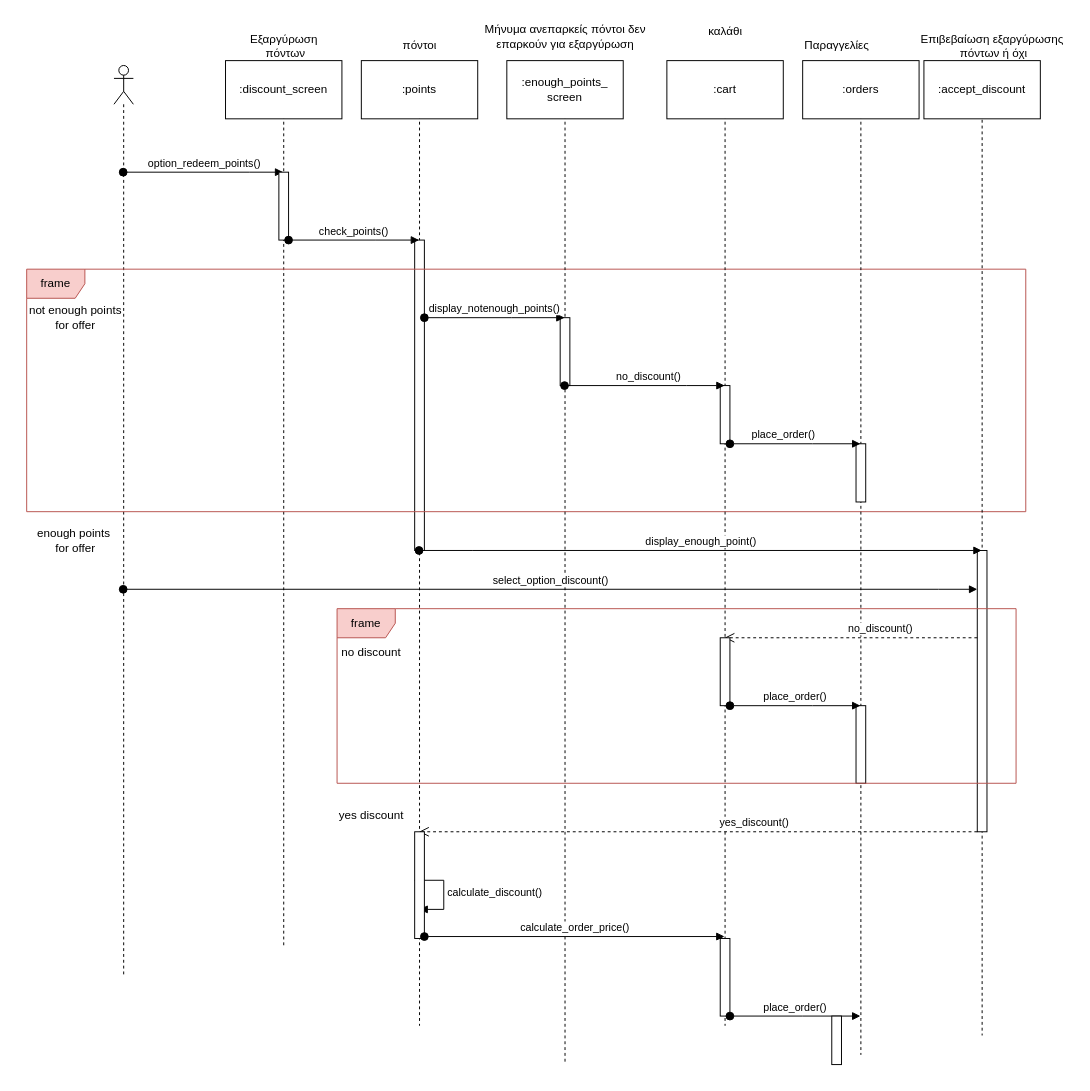
Galenus-Pharmacy/GalenusPharmacies keeps this draw.io diagram as Παραδοτέο_4/sequence/sequence_7.drawio. Above is the earlier version. Source tidied: cells renumbered, new cells numbered last; positions are measured from the earlier drawing's top-left corner, leaving out a move shared by most shapes. Both pictures are drawn from the tidied source at 97%, with x=0, y=0 at pixel (16, 16).
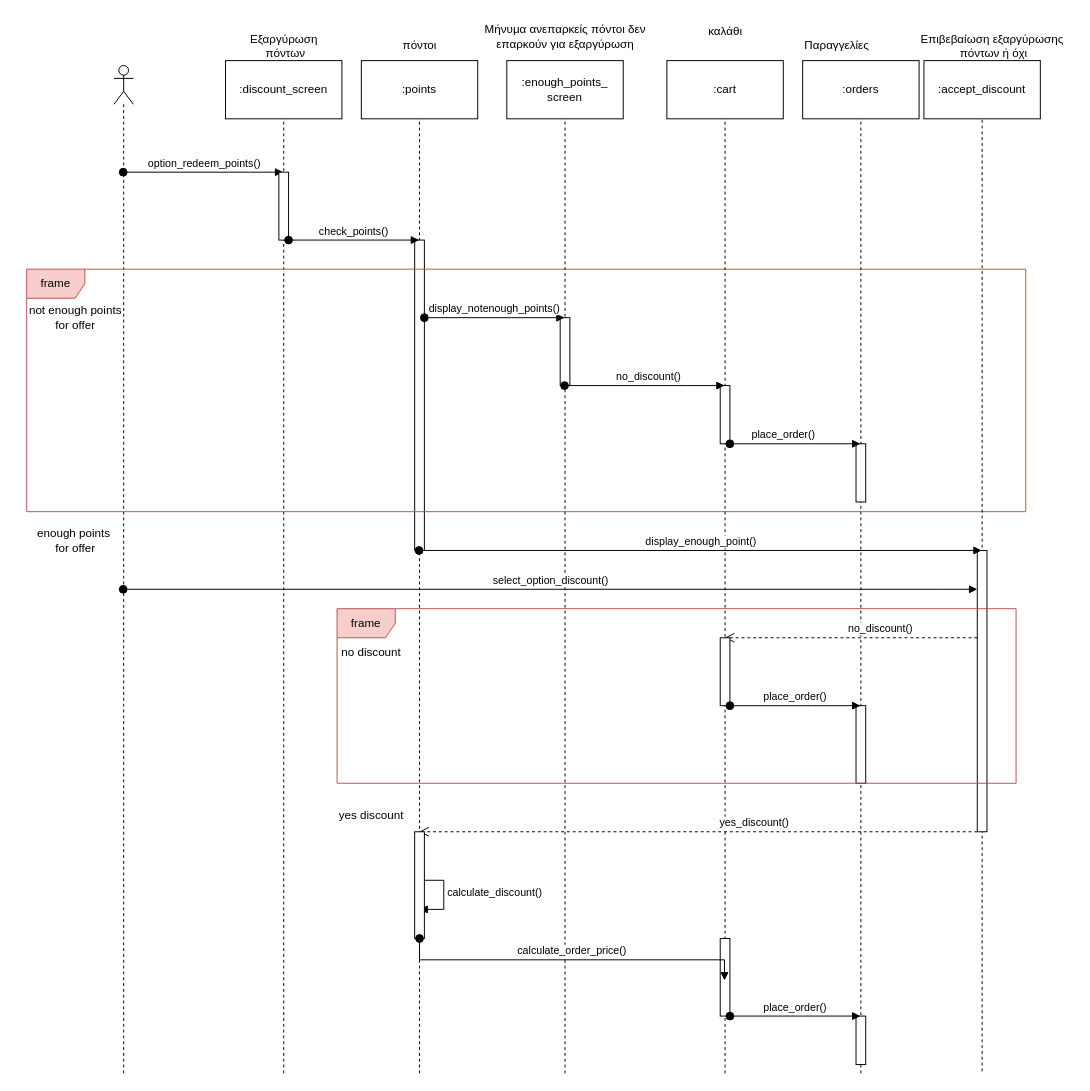
Above is the later version.

Change to the diagram source:
```diff
@@
     <mxCell id="2" style="shape=umlLifeline;perimeter=lifelinePerimeter;whiteSpace=wrap;html=1;outlineConnect=0;portConstraint=eastwest;newEdgeStyle={&quot;edgeStyle&quot;:&quot;elbowEdgeStyle&quot;,&quot;elbow&quot;:&quot;vertical&quot;,&quot;curved&quot;:0,&quot;rounded&quot;:0};participant=umlActor;" parent="1" vertex="1">
-      <mxGeometry x="100" y="50" width="20" height="940" as="geometry" />
+      <mxGeometry x="100" y="50" width="20" height="1040" as="geometry" />
     </mxCell>
@@
     <mxCell id="4" style="shape=umlLifeline;perimeter=lifelinePerimeter;whiteSpace=wrap;html=1;outlineConnect=0;portConstraint=eastwest;newEdgeStyle={&quot;edgeStyle&quot;:&quot;elbowEdgeStyle&quot;,&quot;elbow&quot;:&quot;vertical&quot;,&quot;curved&quot;:0,&quot;rounded&quot;:0};participant=umlBoundary;" parent="1" vertex="1">
-      <mxGeometry x="250" y="50" width="50" height="910" as="geometry" />
+      <mxGeometry x="250" y="50" width="50" height="1040" as="geometry" />
     </mxCell>
@@
     <mxCell id="7" style="shape=umlLifeline;perimeter=lifelinePerimeter;whiteSpace=wrap;html=1;outlineConnect=0;portConstraint=eastwest;newEdgeStyle={&quot;edgeStyle&quot;:&quot;elbowEdgeStyle&quot;,&quot;elbow&quot;:&quot;vertical&quot;,&quot;curved&quot;:0,&quot;rounded&quot;:0};participant=umlEntity;" parent="1" vertex="1">
-      <mxGeometry x="395" y="50" width="40" height="990" as="geometry" />
+      <mxGeometry x="395" y="50" width="40" height="1040" as="geometry" />
     </mxCell>
@@
     <mxCell id="13" style="shape=umlLifeline;perimeter=lifelinePerimeter;whiteSpace=wrap;html=1;outlineConnect=0;portConstraint=eastwest;newEdgeStyle={&quot;edgeStyle&quot;:&quot;elbowEdgeStyle&quot;,&quot;elbow&quot;:&quot;vertical&quot;,&quot;curved&quot;:0,&quot;rounded&quot;:0};participant=umlBoundary;" parent="1" vertex="1">
-      <mxGeometry x="540" y="50" width="50" height="1030" as="geometry" />
+      <mxGeometry x="540" y="50" width="50" height="1040" as="geometry" />
     </mxCell>
@@
     <mxCell id="17" style="shape=umlLifeline;perimeter=lifelinePerimeter;whiteSpace=wrap;html=1;outlineConnect=0;portConstraint=eastwest;newEdgeStyle={&quot;edgeStyle&quot;:&quot;elbowEdgeStyle&quot;,&quot;elbow&quot;:&quot;vertical&quot;,&quot;curved&quot;:0,&quot;rounded&quot;:0};participant=umlEntity;" parent="1" vertex="1">
-      <mxGeometry x="710" y="50" width="40" height="990" as="geometry" />
+      <mxGeometry x="710" y="50" width="40" height="1040" as="geometry" />
     </mxCell>
@@
     <mxCell id="23" style="shape=umlLifeline;perimeter=lifelinePerimeter;whiteSpace=wrap;html=1;outlineConnect=0;portConstraint=eastwest;newEdgeStyle={&quot;edgeStyle&quot;:&quot;elbowEdgeStyle&quot;,&quot;elbow&quot;:&quot;vertical&quot;,&quot;curved&quot;:0,&quot;rounded&quot;:0};participant=umlEntity;" parent="1" vertex="1">
-      <mxGeometry x="850" y="50" width="40" height="1020" as="geometry" />
+      <mxGeometry x="850" y="50" width="40" height="1040" as="geometry" />
     </mxCell>
@@
+    <mxCell id="44" style="html=1;perimeter=orthogonalPerimeter;targetShapes=umlLifeline;newEdgeStyle={&quot;edgeStyle&quot;:&quot;elbowEdgeStyle&quot;,&quot;elbow&quot;:&quot;vertical&quot;,&quot;curved&quot;:0,&quot;rounded&quot;:0};" parent="23" vertex="1">
+      <mxGeometry x="15" y="980" width="10" height="50" as="geometry" />
+    </mxCell>
@@
     <mxCell id="28" style="shape=umlLifeline;perimeter=lifelinePerimeter;whiteSpace=wrap;html=1;outlineConnect=0;portConstraint=eastwest;newEdgeStyle={&quot;edgeStyle&quot;:&quot;elbowEdgeStyle&quot;,&quot;elbow&quot;:&quot;vertical&quot;,&quot;curved&quot;:0,&quot;rounded&quot;:0};participant=umlBoundary;" parent="1" vertex="1">
-      <mxGeometry x="970" y="60" width="50" height="990" as="geometry" />
+      <mxGeometry x="970" y="60" width="50" height="1030" as="geometry" />
     </mxCell>
@@
-    <mxCell id="44" style="html=1;perimeter=orthogonalPerimeter;targetShapes=umlLifeline;newEdgeStyle={&quot;edgeStyle&quot;:&quot;elbowEdgeStyle&quot;,&quot;elbow&quot;:&quot;vertical&quot;,&quot;curved&quot;:0,&quot;rounded&quot;:0};" parent="1" vertex="1">
-      <mxGeometry x="840" y="1030" width="10" height="50" as="geometry" />
-    </mxCell>
```
